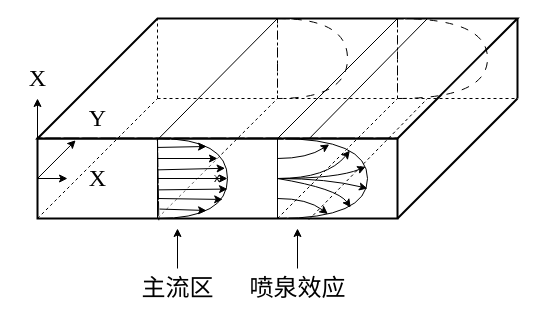
This is 喷泉效应.drawio from mauhin/auto, a draw.io file, before an edit. Source tidied: cells renumbered, new cells numbered last; positions are measured from the earlier drawing's top-left corner, leaving out a move shared by most shapes. Both pictures are drawn from the tidied source at 100%, with x=0, y=0 at pixel (17, 18).
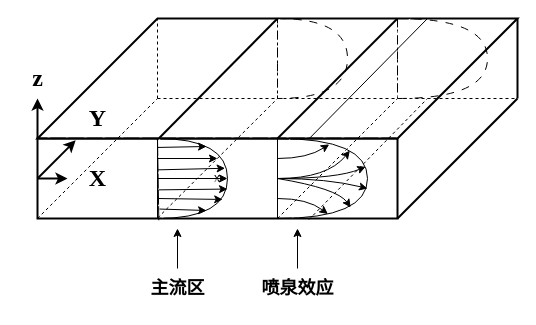
The same page after the edit.

Commit message (it also covers changes not shown here):
更新喷泉效应.drawio

The change refers to these unchanged cells:
```xml
<mxCell id="2" value="x" style="rounded=0;whiteSpace=wrap;html=1;fillStyle=hatch;strokeWidth=2;" parent="1" vertex="1">
  <mxGeometry x="20" y="120" width="360" height="80" as="geometry" />
</mxCell>
<mxCell id="3" style="shape=parallelogram;perimeter=parallelogramPerimeter;whiteSpace=wrap;html=1;fixedSize=1;size=120;fillStyle=hatch;strokeWidth=2;" parent="1" vertex="1">
  <mxGeometry x="20" width="480" height="120" as="geometry" />
</mxCell>
<mxCell id="20" style="shape=or;whiteSpace=wrap;html=1;fillStyle=hatch;" parent="1" vertex="1">
  <mxGeometry x="140" y="120" width="70" height="80" as="geometry" />
</mxCell>
```

Diff of the diagram source:
```diff
@@
-    <mxCell id="11" style="endArrow=classic;html=1;rounded=0;exitX=0;exitY=0;exitDx=0;exitDy=0;" parent="1" edge="1" source="2">
+    <mxCell id="11" style="endArrow=classic;html=1;rounded=0;exitX=0;exitY=0;exitDx=0;exitDy=0;strokeWidth=2;" parent="1" edge="1" source="2">
       <mxGeometry relative="1" as="geometry">
         <mxPoint x="20" y="80" as="targetPoint" />
       </mxGeometry>
     </mxCell>
-    <mxCell id="12" style="endArrow=classic;html=1;rounded=0;exitX=0;exitY=0.5;exitDx=0;exitDy=0;" parent="1" edge="1" source="2">
+    <mxCell id="12" style="endArrow=classic;html=1;rounded=0;exitX=0;exitY=0.5;exitDx=0;exitDy=0;strokeWidth=2;" parent="1" edge="1" source="2">
       <mxGeometry relative="1" as="geometry">
         <mxPoint x="50" y="160" as="targetPoint" />
       </mxGeometry>
     </mxCell>
-    <mxCell id="13" style="endArrow=classic;html=1;rounded=0;exitX=0;exitY=0.5;exitDx=0;exitDy=0;entryX=0.106;entryY=0.022;entryDx=0;entryDy=0;entryPerimeter=0;" parent="1" edge="1" source="2" target="2">
+    <mxCell id="13" style="endArrow=classic;html=1;rounded=0;exitX=0;exitY=0.5;exitDx=0;exitDy=0;entryX=0.106;entryY=0.022;entryDx=0;entryDy=0;entryPerimeter=0;strokeWidth=2;" parent="1" edge="1" source="2" target="2">
       <mxGeometry relative="1" as="geometry" />
     </mxCell>
-    <mxCell id="14" style="endArrow=none;html=1;rounded=0;exitX=0.332;exitY=0.022;exitDx=0;exitDy=0;exitPerimeter=0;entryX=0.5;entryY=0;entryDx=0;entryDy=0;" parent="1" edge="1" source="2" target="3">
+    <mxCell id="14" style="endArrow=none;html=1;rounded=0;exitX=0.332;exitY=0.022;exitDx=0;exitDy=0;exitPerimeter=0;entryX=0.5;entryY=0;entryDx=0;entryDy=0;strokeWidth=2;" parent="1" edge="1" source="2" target="3">
       <mxGeometry relative="1" as="geometry" />
     </mxCell>
-    <mxCell id="15" style="endArrow=none;html=1;rounded=0;exitX=0.5;exitY=1;exitDx=0;exitDy=0;entryX=0.75;entryY=0;entryDx=0;entryDy=0;" parent="1" edge="1" source="3" target="3">
+    <mxCell id="15" style="endArrow=none;html=1;rounded=0;exitX=0.5;exitY=1;exitDx=0;exitDy=0;entryX=0.75;entryY=0;entryDx=0;entryDy=0;strokeWidth=2;" parent="1" edge="1" source="3" target="3">
       <mxGeometry relative="1" as="geometry" />
     </mxCell>
@@
-    <mxCell id="22" style="endArrow=classic;html=1;rounded=0;exitX=0;exitY=0.5;exitDx=0;exitDy=0;exitPerimeter=0;entryX=1;entryY=0.5;entryDx=0;entryDy=0;entryPerimeter=0;" parent="1" edge="1" source="20" target="20">
-      <mxGeometry relative="1" as="geometry" />
+    <mxCell id="22" style="endArrow=classic;html=1;rounded=0;exitX=0;exitY=0.5;exitDx=0;exitDy=0;exitPerimeter=0;" parent="1" edge="1" source="20">
+      <mxGeometry relative="1" as="geometry">
+        <mxPoint x="210" y="160" as="targetPoint" />
+      </mxGeometry>
     </mxCell>
@@
-    <mxCell id="39" value="&lt;font style=&quot;font-size: 24px;&quot; face=&quot;Times New Roman&quot;&gt;X&lt;/font&gt;" style="text;html=1;align=center;verticalAlign=middle;strokeColor=none;fillColor=none;" parent="1" vertex="1">
+    <mxCell id="39" value="&lt;font style=&quot;font-size: 24px;&quot; face=&quot;Times New Roman&quot;&gt;&lt;b&gt;X&lt;/b&gt;&lt;/font&gt;" style="text;html=1;align=center;verticalAlign=middle;strokeColor=none;fillColor=none;" parent="1" vertex="1">
       <mxGeometry x="60" y="140" width="40" height="40" as="geometry" />
     </mxCell>
-    <mxCell id="40" value="&lt;font style=&quot;font-size: 24px;&quot; face=&quot;Times New Roman&quot;&gt;X&lt;/font&gt;" style="text;html=1;align=center;verticalAlign=middle;strokeColor=none;fillColor=none;" parent="1" vertex="1">
-      <mxGeometry y="40" width="40" height="40" as="geometry" />
+    <mxCell id="40" value="&lt;font face=&quot;Times New Roman&quot;&gt;&lt;span style=&quot;font-size: 24px;&quot;&gt;&lt;b&gt;z&lt;/b&gt;&lt;/span&gt;&lt;/font&gt;" style="text;html=1;align=center;verticalAlign=middle;strokeColor=none;fillColor=none;" parent="1" vertex="1">
+      <mxGeometry x="5" y="40" width="30" height="40" as="geometry" />
     </mxCell>
-    <mxCell id="41" value="&lt;font style=&quot;font-size: 24px;&quot; face=&quot;Times New Roman&quot;&gt;Y&lt;/font&gt;" style="text;html=1;align=center;verticalAlign=middle;strokeColor=none;fillColor=none;" parent="1" vertex="1">
+    <mxCell id="41" value="&lt;font style=&quot;font-size: 24px;&quot; face=&quot;Times New Roman&quot;&gt;&lt;b&gt;Y&lt;/b&gt;&lt;/font&gt;" style="text;html=1;align=center;verticalAlign=middle;strokeColor=none;fillColor=none;" parent="1" vertex="1">
       <mxGeometry x="60" y="80" width="40" height="40" as="geometry" />
     </mxCell>
@@
-    <mxCell id="44" value="&lt;font style=&quot;font-size: 24px;&quot;&gt;主流区&lt;/font&gt;" style="text;html=1;align=center;verticalAlign=middle;strokeColor=none;fillColor=none;" parent="1" vertex="1">
-      <mxGeometry x="110" y="250" width="100" height="40" as="geometry" />
+    <mxCell id="44" value="&lt;font style=&quot;font-size: 18px;&quot;&gt;&lt;b&gt;主流区&lt;/b&gt;&lt;/font&gt;" style="text;html=1;align=center;verticalAlign=middle;strokeColor=none;fillColor=none;" parent="1" vertex="1">
+      <mxGeometry x="120" y="250" width="80" height="40" as="geometry" />
     </mxCell>
-    <mxCell id="45" value="&lt;font style=&quot;font-size: 24px;&quot;&gt;喷泉效应&lt;/font&gt;" style="text;html=1;align=center;verticalAlign=middle;strokeColor=none;fillColor=none;" parent="1" vertex="1">
-      <mxGeometry x="220" y="250" width="120" height="40" as="geometry" />
+    <mxCell id="45" value="&lt;font style=&quot;font-size: 18px;&quot;&gt;&lt;b&gt;喷泉效应&lt;/b&gt;&lt;/font&gt;" style="text;html=1;align=center;verticalAlign=middle;strokeColor=none;fillColor=none;" parent="1" vertex="1">
+      <mxGeometry x="230" y="250" width="100" height="40" as="geometry" />
     </mxCell>
```
